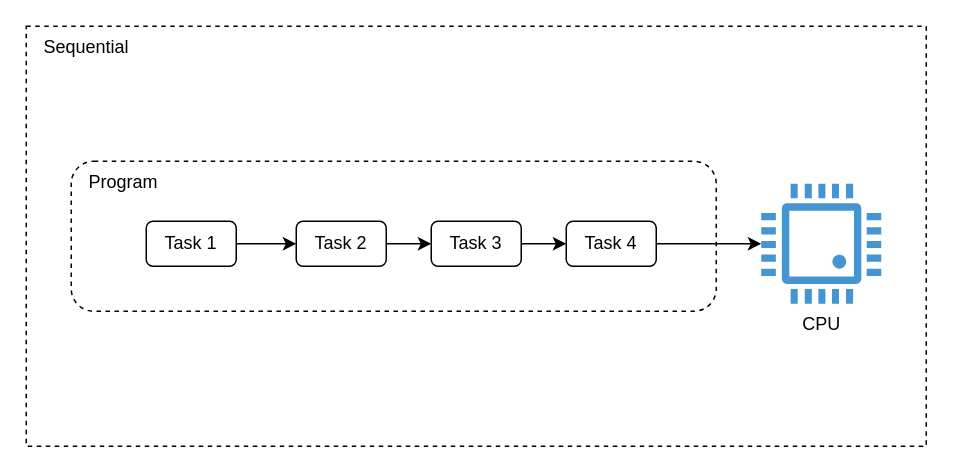
Earlier version of the draw.io diagram page "sequential" (1 of 4) of images/clean-concurrent-code/concurrency.drawio (GabrielSlima/blog). Source tidied: cells renumbered, new cells numbered last; positions are measured from the earlier drawing's top-left corner, leaving out a move shared by most shapes. Both pictures are drawn from the tidied source at 150%, with x=0, y=0 at pixel (26, 26).
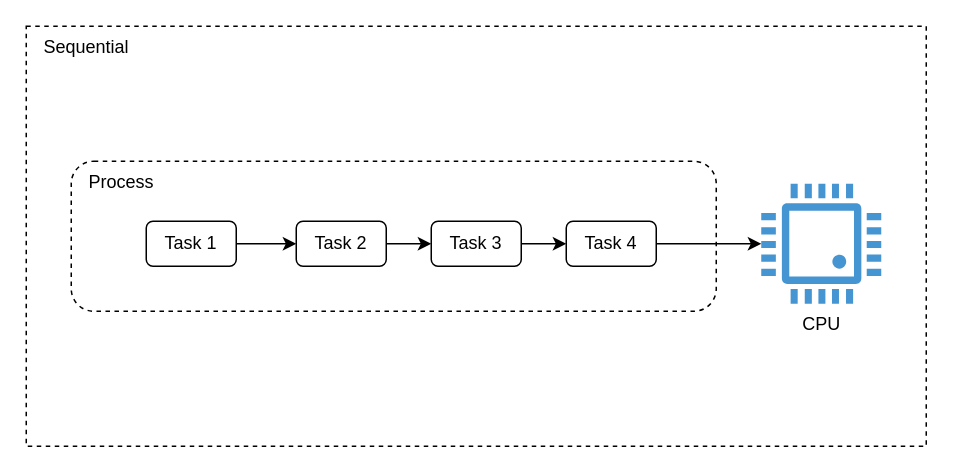
Above is the later version.

Change to the diagram source:
```diff
@@
 <mxGraphModel>
   <root>
     <mxCell id="0" />
     <mxCell id="1" parent="0" />
     <mxCell id="2" value="Sequential" style="rounded=0;whiteSpace=wrap;html=1;fillColor=none;align=left;verticalAlign=top;dashed=1;spacingLeft=10;" parent="1" vertex="1">
       <mxGeometry width="600" height="280" as="geometry" />
     </mxCell>
-    <mxCell id="3" value="Program" style="rounded=1;whiteSpace=wrap;html=1;align=left;verticalAlign=top;spacingLeft=10;fillColor=none;dashed=1;" parent="1" vertex="1">
+    <mxCell id="3" value="Process" style="rounded=1;whiteSpace=wrap;html=1;align=left;verticalAlign=top;spacingLeft=10;fillColor=none;dashed=1;" parent="1" vertex="1">
       <mxGeometry x="30" y="90" width="430" height="100" as="geometry" />
     </mxCell>
     <mxCell id="4" value="&lt;div&gt;CPU&lt;/div&gt;" style="shadow=0;dashed=0;html=1;strokeColor=none;fillColor=#4495D1;labelPosition=center;verticalLabelPosition=bottom;verticalAlign=top;align=center;outlineConnect=0;shape=mxgraph.veeam.cpu;" parent="1" vertex="1">
       <mxGeometry x="490" y="105" width="80" height="80" as="geometry" />
     </mxCell>
     <mxCell id="5" style="edgeStyle=orthogonalEdgeStyle;rounded=0;jettySize=auto;html=1;" parent="1" edge="1" source="6" target="8">
       <mxGeometry relative="1" as="geometry" />
     </mxCell>
     <mxCell id="6" value="Task 1" style="rounded=1;whiteSpace=wrap;html=1;" parent="1" vertex="1">
       <mxGeometry x="80" y="130" width="60" height="30" as="geometry" />
     </mxCell>
     <mxCell id="7" style="edgeStyle=orthogonalEdgeStyle;rounded=0;jettySize=auto;html=1;" parent="1" edge="1" source="8" target="10">
       <mxGeometry relative="1" as="geometry" />
     </mxCell>
     <mxCell id="8" value="Task 2" style="rounded=1;whiteSpace=wrap;html=1;" parent="1" vertex="1">
       <mxGeometry x="180" y="130" width="60" height="30" as="geometry" />
     </mxCell>
     <mxCell id="9" style="edgeStyle=orthogonalEdgeStyle;rounded=0;jettySize=auto;html=1;" parent="1" edge="1" source="10" target="12">
       <mxGeometry relative="1" as="geometry" />
     </mxCell>
     <mxCell id="10" value="&lt;div&gt;Task 3&lt;/div&gt;" style="rounded=1;whiteSpace=wrap;html=1;" parent="1" vertex="1">
       <mxGeometry x="270" y="130" width="60" height="30" as="geometry" />
     </mxCell>
     <mxCell id="11" style="edgeStyle=orthogonalEdgeStyle;rounded=0;jettySize=auto;html=1;" parent="1" edge="1" source="12" target="4">
       <mxGeometry relative="1" as="geometry" />
     </mxCell>
     <mxCell id="12" value="Task 4" style="rounded=1;whiteSpace=wrap;html=1;" parent="1" vertex="1">
       <mxGeometry x="360" y="130" width="60" height="30" as="geometry" />
     </mxCell>
   </root>
 </mxGraphModel>
```
